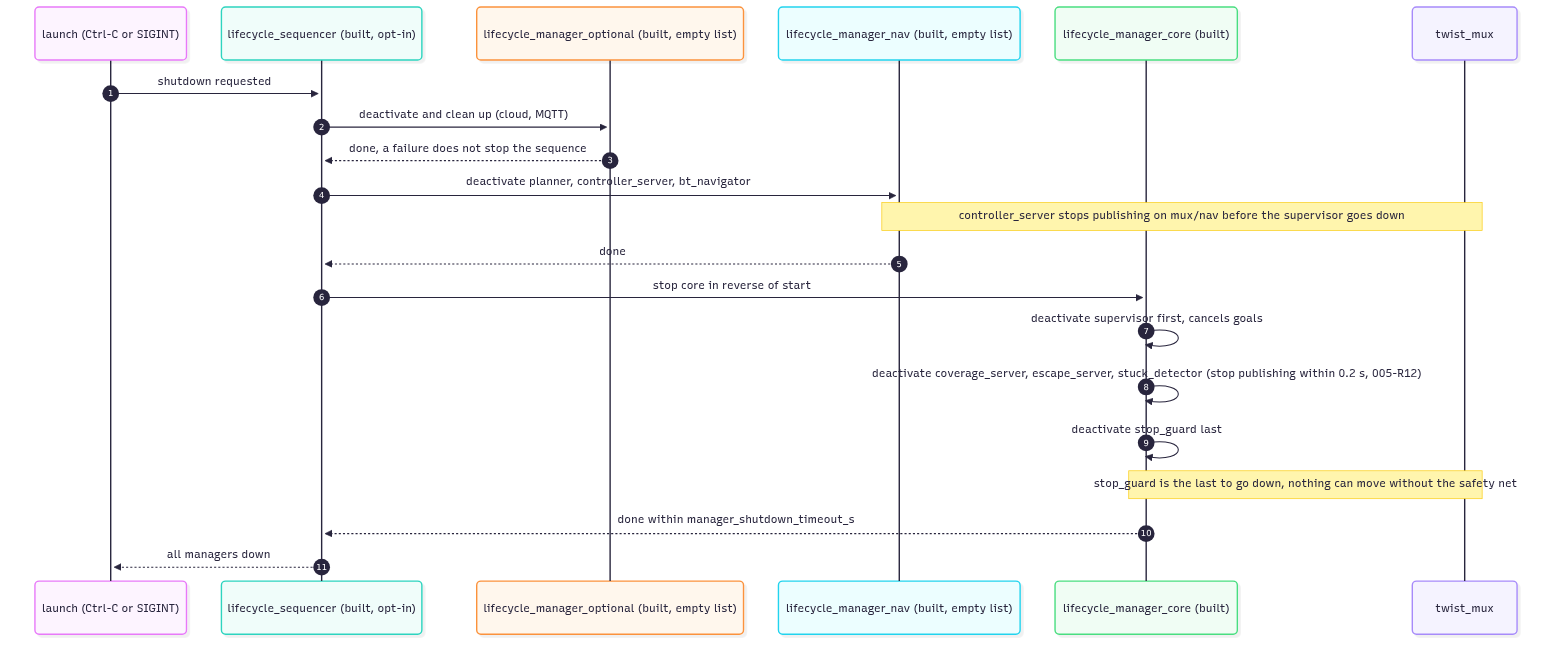
Earlier version of the Mermaid export docs/diagrams/render/built-so-far-seq5-shutdown.png (Rodolfodc/kuberostics). Its source is kept beside it as docs/diagrams/built-so-far-seq5-shutdown.mmd.
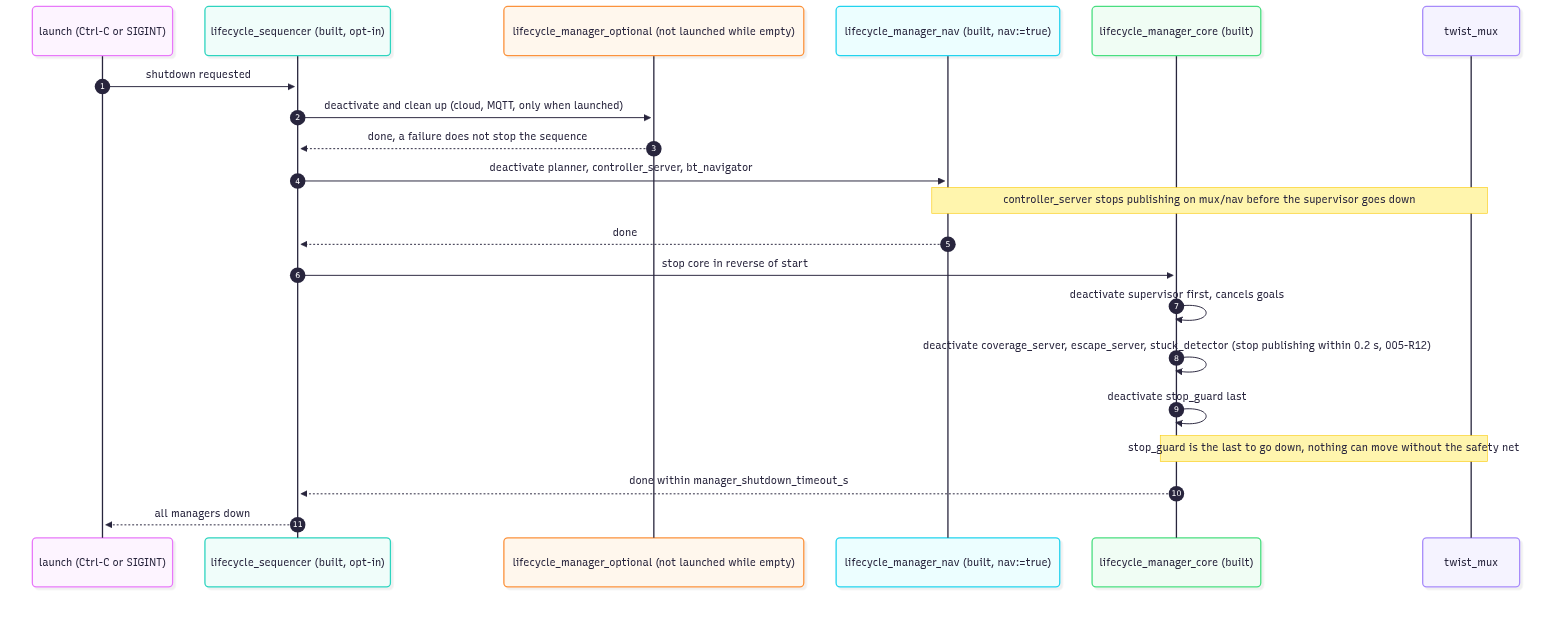
Above is the later version.

Commit message:
Contract batch 3: built-so-far diagrams, optional manager not launched while empty, nav manager has nodes

Change to the diagram source:
```diff
@@ -2,13 +2,13 @@
   autonumber
   participant L as launch (Ctrl-C or SIGINT)
   participant SQ as lifecycle_sequencer (built, opt-in)
-  participant OP as lifecycle_manager_optional (built, empty list)
-  participant NV as lifecycle_manager_nav (built, empty list)
+  participant OP as lifecycle_manager_optional (not launched while empty)
+  participant NV as lifecycle_manager_nav (built, nav:=true)
   participant CO as lifecycle_manager_core (built)
   participant M as twist_mux
 
   L->>SQ: shutdown requested
-  SQ->>OP: deactivate and clean up (cloud, MQTT)
+  SQ->>OP: deactivate and clean up (cloud, MQTT, only when launched)
   OP-->>SQ: done, a failure does not stop the sequence
   SQ->>NV: deactivate planner, controller_server, bt_navigator
   Note over NV,M: controller_server stops publishing on mux/nav before the supervisor goes down
```
